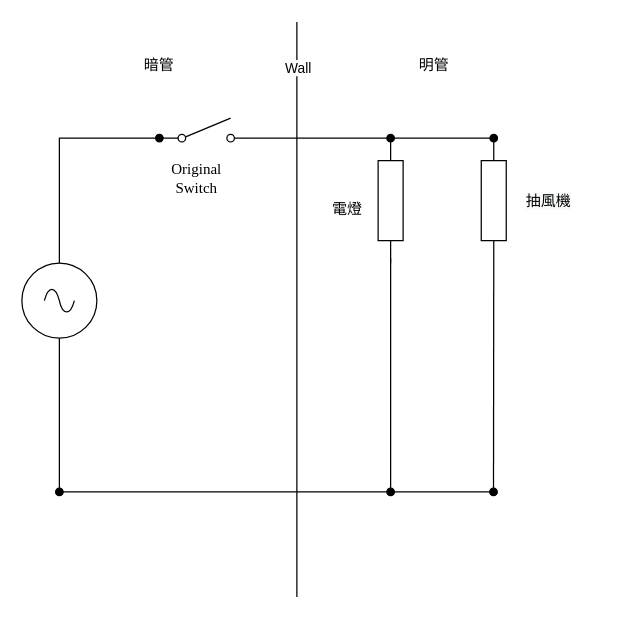
bernie6401/side_project_lightbulb_control keeps this draw.io diagram as page "Original Circuit" (1 of 3) of Circuit.drawio. Above is the earlier version. Source tidied: cells renumbered, new cells numbered last; positions are measured from the earlier drawing's top-left corner, leaving out a move shared by most shapes. Both pictures are drawn from the tidied source at 125%, with x=0, y=0 at pixel (21, 21).
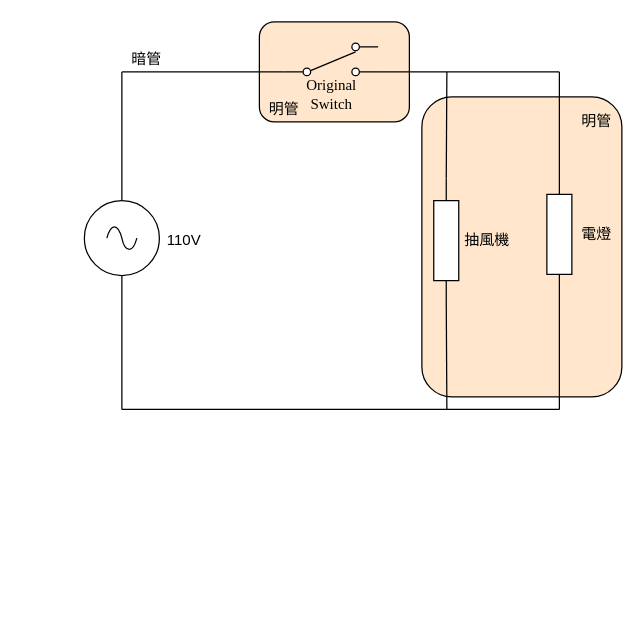
The same page after the edit.

Diff of the diagram source:
```diff
@@
-    <mxCell id="2" style="endArrow=none;html=1;" parent="1" edge="1">
-      <mxGeometry relative="1" as="geometry">
-        <mxPoint x="220" y="460" as="sourcePoint" />
-        <mxPoint x="220" as="targetPoint" />
-      </mxGeometry>
-    </mxCell>
-    <mxCell id="3" value="Wall" style="edgeLabel;html=1;align=center;verticalAlign=middle;" parent="2" vertex="1">
-      <mxGeometry x="0.83" y="-3" relative="1" as="geometry">
-        <mxPoint x="-3" y="-3" as="offset" />
-      </mxGeometry>
-    </mxCell>
-    <mxCell id="4" value="明管" style="text;html=1;strokeColor=none;fillColor=none;align=center;verticalAlign=middle;whiteSpace=wrap;rounded=0;" parent="1" vertex="1">
-      <mxGeometry x="300" y="20" width="60" height="30" as="geometry" />
-    </mxCell>
+    <mxCell id="22" style="rounded=1;whiteSpace=wrap;html=1;fillColor=#FFE6CC;" parent="1" vertex="1">
+      <mxGeometry x="190" width="120" height="80" as="geometry" />
+    </mxCell>
+    <mxCell id="23" style="rounded=1;whiteSpace=wrap;html=1;fillColor=#FFE6CC;" parent="1" vertex="1">
+      <mxGeometry x="320" y="60" width="160" height="240" as="geometry" />
+    </mxCell>
+    <mxCell id="24" value="明管" style="text;html=1;strokeColor=none;fillColor=none;align=center;verticalAlign=middle;whiteSpace=wrap;rounded=0;" parent="1" vertex="1">
+      <mxGeometry x="440" y="70" width="40" height="20" as="geometry" />
+    </mxCell>
     <mxCell id="5" value="暗管" style="text;html=1;strokeColor=none;fillColor=none;align=center;verticalAlign=middle;whiteSpace=wrap;rounded=0;" parent="1" vertex="1">
-      <mxGeometry x="80" y="20" width="60" height="30" as="geometry" />
+      <mxGeometry x="80" y="20" width="40" height="20" as="geometry" />
     </mxCell>
-    <mxCell id="6" style="edgeStyle=none;rounded=0;html=1;exitX=1;exitY=0.84;exitDx=0;exitDy=0;exitPerimeter=0;entryX=0;entryY=0.5;entryDx=0;entryDy=0;entryPerimeter=0;endArrow=oval;endFill=1;" parent="1" edge="1" source="19" target="11">
-      <mxGeometry relative="1" as="geometry" />
-    </mxCell>
-    <mxCell id="7" style="verticalLabelPosition=bottom;shadow=0;dashed=0;align=center;html=1;verticalAlign=top;shape=mxgraph.electrical.resistors.resistor_1;direction=south;" parent="1" vertex="1">
-      <mxGeometry x="367.5" y="93" width="20" height="100" as="geometry" />
-    </mxCell>
-    <mxCell id="8" style="edgeStyle=none;html=1;exitX=0;exitY=0.5;exitDx=0;exitDy=0;exitPerimeter=0;entryX=0;entryY=0.5;entryDx=0;entryDy=0;entryPerimeter=0;strokeColor=none;" parent="1" edge="1" source="11" target="7">
-      <mxGeometry relative="1" as="geometry" />
-    </mxCell>
-    <mxCell id="9" style="edgeStyle=none;html=1;exitX=0;exitY=0.5;exitDx=0;exitDy=0;exitPerimeter=0;entryX=0;entryY=0.5;entryDx=0;entryDy=0;entryPerimeter=0;rounded=0;endArrow=oval;endFill=1;" parent="1" edge="1" source="11" target="7">
-      <mxGeometry relative="1" as="geometry" />
-    </mxCell>
-    <mxCell id="10" style="edgeStyle=none;rounded=0;html=1;exitX=1;exitY=0.5;exitDx=0;exitDy=0;exitPerimeter=0;endArrow=oval;endFill=1;" parent="1" edge="1">
-      <mxGeometry relative="1" as="geometry">
-        <mxPoint x="295" y="189" as="sourcePoint" />
-        <mxPoint x="295" y="376" as="targetPoint" />
-      </mxGeometry>
-    </mxCell>
-    <mxCell id="11" value="&lt;pre style=&quot;line-height: 1.9&quot;&gt;&lt;br&gt;&lt;/pre&gt;" style="verticalLabelPosition=bottom;shadow=0;dashed=0;align=center;html=1;verticalAlign=top;shape=mxgraph.electrical.resistors.resistor_1;direction=south;" parent="1" vertex="1">
-      <mxGeometry x="285" y="93" width="20" height="100" as="geometry" />
-    </mxCell>
-    <mxCell id="12" style="edgeStyle=none;rounded=0;html=1;exitX=0.5;exitY=0;exitDx=0;exitDy=0;exitPerimeter=0;entryX=0;entryY=0.84;entryDx=0;entryDy=0;entryPerimeter=0;endArrow=oval;endFill=1;" parent="1" edge="1" source="13" target="19">
-      <mxGeometry relative="1" as="geometry">
-        <Array as="points">
-          <mxPoint x="30" y="93" />
-        </Array>
-      </mxGeometry>
-    </mxCell>
-    <mxCell id="13" style="verticalLabelPosition=bottom;shadow=0;dashed=0;align=center;html=1;verticalAlign=top;shape=mxgraph.electrical.signal_sources.source;points=[[0.5,0,0],[1,0.5,0],[0.5,1,0],[0,0.5,0]];elSignalType=ac;" parent="1" vertex="1">
-      <mxGeometry y="193" width="60" height="60" as="geometry" />
-    </mxCell>
-    <mxCell id="14" style="group;" parent="1" vertex="1">
-      <mxGeometry x="30" y="306" width="350" height="70" as="geometry" />
-    </mxCell>
-    <mxCell id="15" style="edgeStyle=none;rounded=0;html=1;exitX=1;exitY=0.5;exitDx=0;exitDy=0;exitPerimeter=0;endArrow=oval;endFill=1;" parent="14" edge="1" source="7">
-      <mxGeometry relative="1" as="geometry">
-        <mxPoint x="347.3" y="70" as="targetPoint" />
-      </mxGeometry>
-    </mxCell>
+    <mxCell id="25" style="edgeStyle=none;html=1;exitX=0;exitY=0.5;exitDx=0;exitDy=0;exitPerimeter=0;entryX=0;entryY=0.5;entryDx=0;entryDy=0;entryPerimeter=0;strokeColor=none;startArrow=none;" parent="1" edge="1" source="45">
+      <mxGeometry relative="1" as="geometry">
+        <mxPoint x="315" y="173.5" as="targetPoint" />
+      </mxGeometry>
+    </mxCell>
+    <mxCell id="26" style="edgeStyle=none;html=1;exitX=1;exitY=0.885;exitDx=0;exitDy=0;exitPerimeter=0;endArrow=none;endFill=0;" parent="1" edge="1" source="43">
+      <mxGeometry relative="1" as="geometry">
+        <mxPoint x="430" y="40" as="targetPoint" />
+      </mxGeometry>
+    </mxCell>
+    <mxCell id="27" style="endArrow=none;html=1;entryX=0;entryY=0.885;entryDx=0;entryDy=0;entryPerimeter=0;" parent="1" edge="1" target="43">
+      <mxGeometry relative="1" as="geometry">
+        <mxPoint x="80" y="40" as="sourcePoint" />
+      </mxGeometry>
+    </mxCell>
-    <mxCell id="16" value="&lt;span style=&quot;font-family: &amp;#34;helvetica&amp;#34; ; background-color: rgb(248 , 249 , 250)&quot;&gt;抽風機&lt;/span&gt;" style="edgeLabel;html=1;align=center;verticalAlign=middle;fontSize=12;fontFamily=Times New Roman;" parent="15" vertex="1">
-      <mxGeometry x="-0.72" y="1" relative="1" as="geometry">
-        <mxPoint x="42" y="-76" as="offset" />
-      </mxGeometry>
+    <mxCell id="16" value="抽風機" style="text;html=1;strokeColor=none;fillColor=none;align=center;verticalAlign=middle;whiteSpace=wrap;rounded=0;" parent="1" vertex="1">
+      <mxGeometry x="349.5" y="163.6" width="45" height="22.8" as="geometry" />
     </mxCell>
-    <mxCell id="17" style="edgeStyle=none;rounded=0;html=1;endArrow=oval;endFill=1;" parent="14" edge="1" source="13">
-      <mxGeometry relative="1" as="geometry">
-        <mxPoint y="70" as="targetPoint" />
-        <Array as="points">
-          <mxPoint />
-        </Array>
-      </mxGeometry>
-    </mxCell>
-    <mxCell id="18" style="endArrow=none;html=1;rounded=0;" parent="14" edge="1">
-      <mxGeometry relative="1" as="geometry">
-        <mxPoint y="70" as="sourcePoint" />
-        <mxPoint x="350" y="70" as="targetPoint" />
-      </mxGeometry>
-    </mxCell>
-    <mxCell id="19" style="verticalLabelPosition=bottom;shadow=0;dashed=0;align=center;html=1;verticalAlign=top;shape=mxgraph.electrical.electro-mechanical.simple_switch;" parent="1" vertex="1">
-      <mxGeometry x="110" y="77" width="75" height="19" as="geometry" />
-    </mxCell>
+    <mxCell id="28" style="edgeStyle=none;html=1;exitX=0;exitY=0.5;exitDx=0;exitDy=0;exitPerimeter=0;entryX=0;entryY=0.5;entryDx=0;entryDy=0;entryPerimeter=0;strokeColor=none;endArrow=none;" parent="1" edge="1" source="33">
+      <mxGeometry relative="1" as="geometry">
+        <mxPoint x="317.5" y="134.5" as="targetPoint" />
+      </mxGeometry>
+    </mxCell>
+    <mxCell id="29" style="edgeStyle=none;html=1;endArrow=none;endFill=0;exitX=0;exitY=0.5;exitDx=0;exitDy=0;exitPerimeter=0;" parent="1" edge="1" source="45">
+      <mxGeometry relative="1" as="geometry">
+        <mxPoint x="340" y="40" as="targetPoint" />
+      </mxGeometry>
+    </mxCell>
+    <mxCell id="30" style="edgeStyle=none;html=1;exitX=1;exitY=0.5;exitDx=0;exitDy=0;exitPerimeter=0;endArrow=none;endFill=0;" parent="1" edge="1" source="45">
+      <mxGeometry relative="1" as="geometry">
+        <mxPoint x="340" y="310" as="targetPoint" />
+      </mxGeometry>
+    </mxCell>
+    <mxCell id="31" style="endArrow=none;html=1;" parent="1" edge="1">
+      <mxGeometry relative="1" as="geometry">
+        <mxPoint x="80" y="310" as="sourcePoint" />
+        <mxPoint x="430" y="310" as="targetPoint" />
+      </mxGeometry>
+    </mxCell>
+    <mxCell id="32" style="group;" parent="1" vertex="1">
+      <mxGeometry x="420" y="120" width="60" height="100" as="geometry" />
+    </mxCell>
+    <mxCell id="33" value="&lt;pre style=&quot;line-height: 1.9&quot;&gt;&lt;br&gt;&lt;/pre&gt;" style="verticalLabelPosition=bottom;shadow=0;dashed=0;align=center;html=1;verticalAlign=top;shape=mxgraph.electrical.resistors.resistor_1;direction=south;" parent="32" vertex="1">
+      <mxGeometry width="20" height="100" as="geometry" />
+    </mxCell>
-    <mxCell id="20" value="電燈&lt;br&gt;" style="text;html=1;align=center;verticalAlign=middle;strokeColor=none;fillColor=none;fontSize=12;fontFamily=Times New Roman;" parent="1" vertex="1">
-      <mxGeometry x="240" y="140" width="40" height="20" as="geometry" />
+    <mxCell id="20" value="電燈" style="text;html=1;strokeColor=none;fillColor=none;align=center;verticalAlign=middle;whiteSpace=wrap;rounded=0;" parent="32" vertex="1">
+      <mxGeometry x="20" y="40" width="40" height="20" as="geometry" />
     </mxCell>
+    <mxCell id="34" style="edgeStyle=none;html=1;exitX=1;exitY=0.5;exitDx=0;exitDy=0;exitPerimeter=0;endArrow=none;endFill=0;" parent="1" edge="1" source="33">
+      <mxGeometry relative="1" as="geometry">
+        <mxPoint x="430" y="310" as="targetPoint" />
+      </mxGeometry>
+    </mxCell>
+    <mxCell id="35" style="group;" parent="1" vertex="1">
+      <mxGeometry x="50" y="40" width="100" height="270" as="geometry" />
+    </mxCell>
+    <mxCell id="36" style="edgeStyle=none;html=1;endArrow=none;endFill=0;" parent="35" edge="1" source="37" target="39">
+      <mxGeometry relative="1" as="geometry" />
+    </mxCell>
+    <mxCell id="37" value="110V" style="text;html=1;strokeColor=none;fillColor=none;align=center;verticalAlign=middle;whiteSpace=wrap;rounded=0;" parent="35" vertex="1">
+      <mxGeometry x="60" y="125" width="40" height="20" as="geometry" />
+    </mxCell>
+    <mxCell id="38" style="group;" parent="35" vertex="1">
+      <mxGeometry width="60" height="270" as="geometry" />
+    </mxCell>
+    <mxCell id="39" style="verticalLabelPosition=bottom;shadow=0;dashed=0;align=center;html=1;verticalAlign=top;shape=mxgraph.electrical.signal_sources.source;points=[[0.5,0,0],[1,0.5,0],[0.5,1,0],[0,0.5,0]];elSignalType=ac;" parent="38" vertex="1">
+      <mxGeometry y="103" width="60" height="60" as="geometry" />
+    </mxCell>
+    <mxCell id="40" style="endArrow=none;html=1;entryX=0.5;entryY=1;entryDx=0;entryDy=0;entryPerimeter=0;" parent="38" edge="1" target="39">
+      <mxGeometry relative="1" as="geometry">
+        <mxPoint x="30" y="270" as="sourcePoint" />
+      </mxGeometry>
+    </mxCell>
+    <mxCell id="41" style="endArrow=none;html=1;exitX=0.5;exitY=0;exitDx=0;exitDy=0;exitPerimeter=0;" parent="38" edge="1" source="39">
+      <mxGeometry relative="1" as="geometry">
+        <mxPoint x="30" as="targetPoint" />
+      </mxGeometry>
+    </mxCell>
+    <mxCell id="42" style="group;" parent="1" vertex="1">
+      <mxGeometry x="210" y="17" width="97.5" height="89.5" as="geometry" />
+    </mxCell>
-    <mxCell id="21" value="Original Switch" style="text;html=1;strokeColor=none;fillColor=none;align=center;verticalAlign=middle;whiteSpace=wrap;rounded=0;fontFamily=Times New Roman;fontSize=12;" parent="1" vertex="1">
-      <mxGeometry x="110" y="110" width="60" height="30" as="geometry" />
+    <mxCell id="21" value="Original Switch" style="text;html=1;strokeColor=none;fillColor=none;align=center;verticalAlign=middle;whiteSpace=wrap;rounded=0;fontFamily=Times New Roman;fontSize=12;" parent="42" vertex="1">
+      <mxGeometry x="7.5" y="26" width="60" height="30" as="geometry" />
     </mxCell>
+    <mxCell id="43" style="verticalLabelPosition=bottom;shadow=0;dashed=0;align=center;html=1;verticalAlign=top;shape=mxgraph.electrical.electro-mechanical.2-way_switch;" parent="42" vertex="1">
+      <mxGeometry width="75" height="26" as="geometry" />
+    </mxCell>
+    <mxCell id="44" value="明管" style="text;html=1;strokeColor=none;fillColor=none;align=center;verticalAlign=middle;whiteSpace=wrap;rounded=0;" parent="42" vertex="1">
+      <mxGeometry x="-20" y="43" width="40" height="20" as="geometry" />
+    </mxCell>
+    <mxCell id="45" style="verticalLabelPosition=bottom;shadow=0;dashed=0;align=center;html=1;verticalAlign=top;shape=mxgraph.electrical.resistors.resistor_1;strokeColor=default;direction=south;" parent="1" vertex="1">
+      <mxGeometry x="329.5" y="125" width="20" height="100" as="geometry" />
+    </mxCell>
+    <mxCell id="46" style="edgeStyle=none;html=1;exitX=0;exitY=0.5;exitDx=0;exitDy=0;exitPerimeter=0;entryX=0;entryY=0.5;entryDx=0;entryDy=0;entryPerimeter=0;strokeColor=none;startArrow=none;endArrow=none;" parent="1" edge="1" target="45">
+      <mxGeometry relative="1" as="geometry">
+        <mxPoint x="317.5" y="134.5" as="sourcePoint" />
+      </mxGeometry>
+    </mxCell>
+    <mxCell id="47" style="edgeStyle=none;html=1;exitX=0;exitY=0.5;exitDx=0;exitDy=0;exitPerimeter=0;startArrow=none;startFill=0;endArrow=none;endFill=0;" parent="1" edge="1" source="33">
+      <mxGeometry relative="1" as="geometry">
+        <mxPoint x="430" y="40" as="targetPoint" />
+      </mxGeometry>
+    </mxCell>
```
